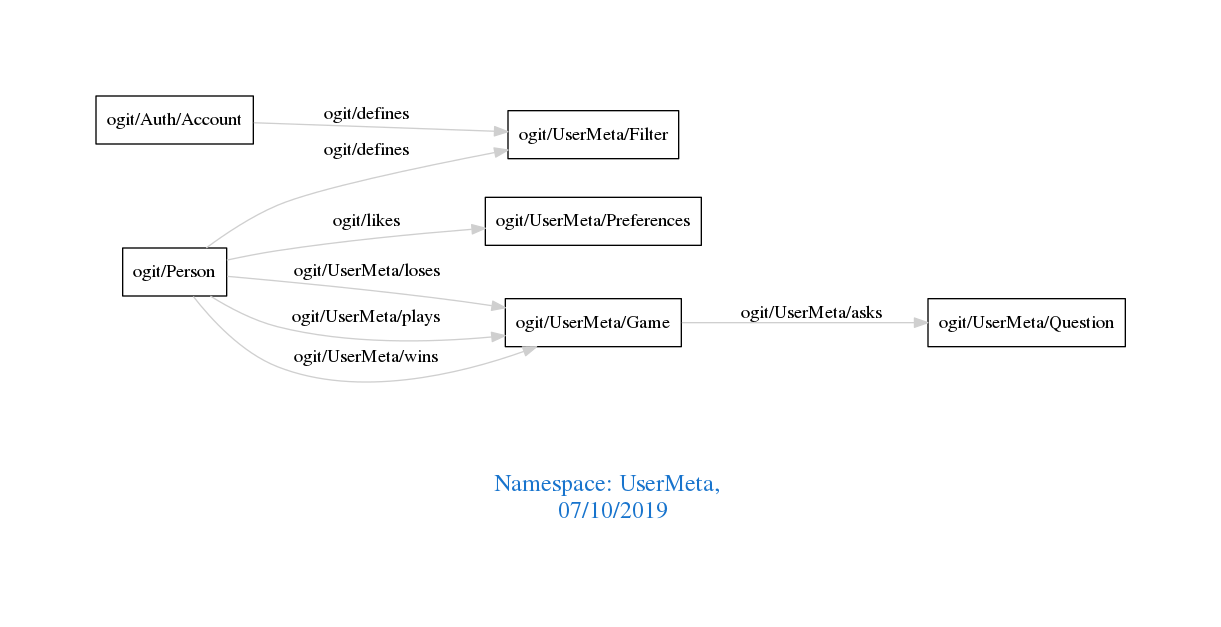
This is downloads/UserMeta.png from arago/OGIT, a Graphviz export, as it was before one commit. Its source is kept beside it as downloads/UserMeta.dot.
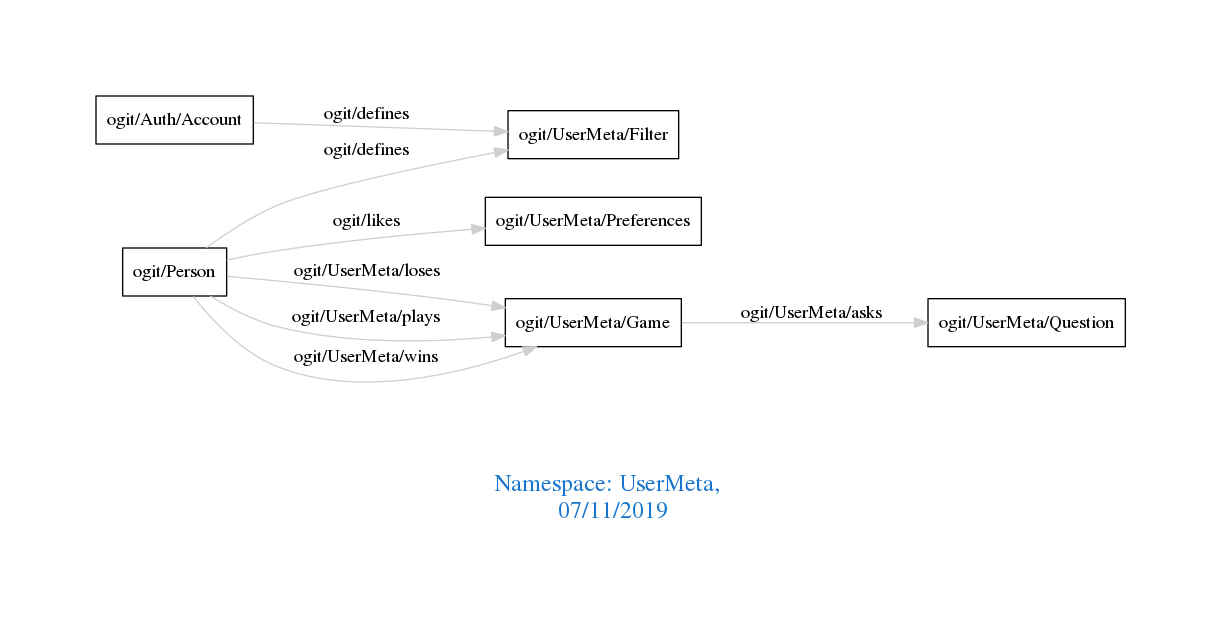
The same file after the commit.

Diff of the diagram source:
```diff
@@ -1,7 +1,7 @@
 digraph OGIT_ontology {
  graph [ rankdir= LR,pad=1
 fontsize = 18,
-fontcolor= dodgerblue3,label = "\n\n\nNamespace: UserMeta, \n 07/10/2019"];
+fontcolor= dodgerblue3,label = "\n\n\nNamespace: UserMeta, \n 07/11/2019"];
 node[shape=polygon];
 edge [  color="gray81"];
 
```
